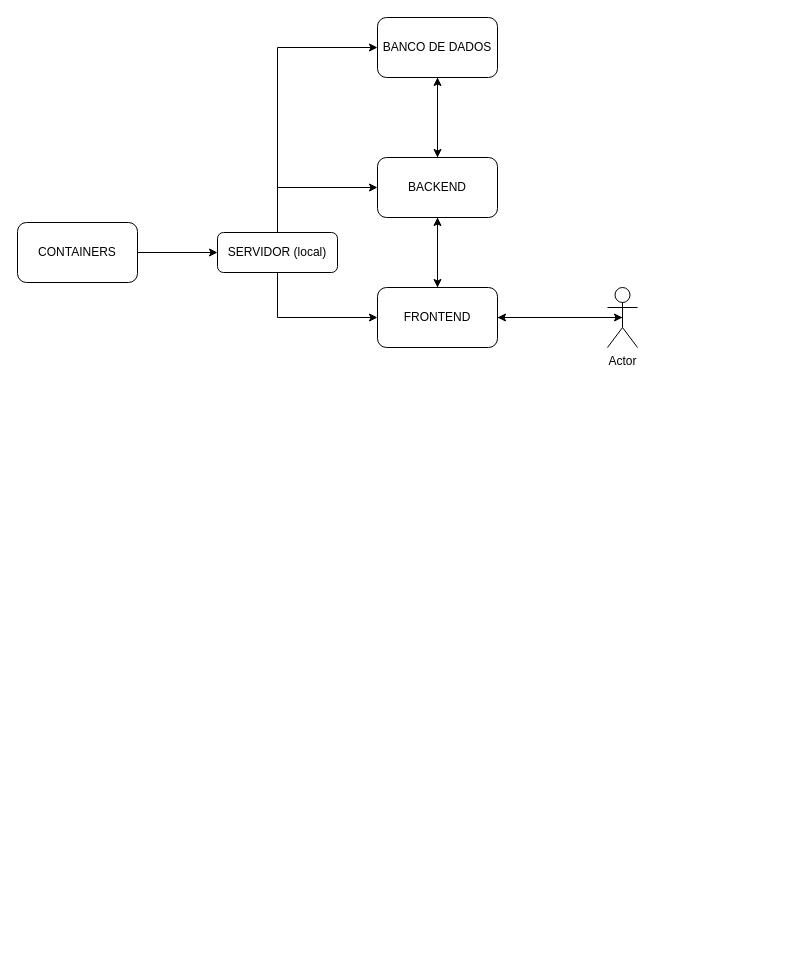
The draw.io diagram Arquitetura.drawio in Ian-Almeida/AtividadeD5-GRUPO-6, before the edit. Source tidied: cells renumbered, new cells numbered last; positions are measured from the earlier drawing's top-left corner, leaving out a move shared by most shapes. Both pictures are drawn from the tidied source at 100%, with x=0, y=0 at pixel (17, 17).
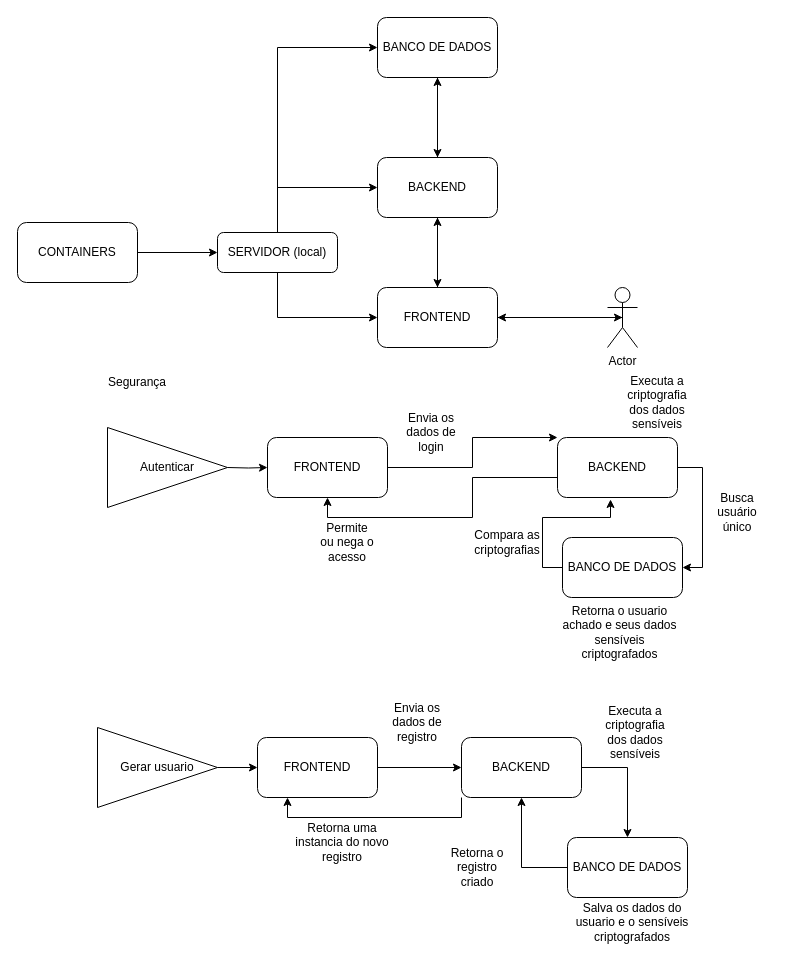
After the change.

What changed in the source:
```diff
@@
+    <mxCell id="18" value="Segurança" style="text;html=1;strokeColor=none;fillColor=none;align=center;verticalAlign=middle;whiteSpace=wrap;rounded=0;" parent="1" vertex="1">
+      <mxGeometry x="70" y="340" width="100" height="50" as="geometry" />
+    </mxCell>
+    <mxCell id="19" style="edgeStyle=orthogonalEdgeStyle;rounded=0;jettySize=auto;html=1;exitX=1;exitY=0.5;exitDx=0;exitDy=0;entryX=0;entryY=0.5;entryDx=0;entryDy=0;" parent="1" edge="1" target="25">
+      <mxGeometry relative="1" as="geometry">
+        <mxPoint x="210" y="450" as="sourcePoint" />
+      </mxGeometry>
+    </mxCell>
+    <mxCell id="20" value="Autenticar" style="triangle;whiteSpace=wrap;html=1;" parent="1" vertex="1">
+      <mxGeometry x="90" y="410" width="120" height="80" as="geometry" />
+    </mxCell>
+    <mxCell id="21" style="edgeStyle=orthogonalEdgeStyle;rounded=0;jettySize=auto;html=1;exitX=1;exitY=0.5;exitDx=0;exitDy=0;entryX=1;entryY=0.5;entryDx=0;entryDy=0;" parent="1" edge="1" source="23" target="28">
+      <mxGeometry relative="1" as="geometry" />
+    </mxCell>
+    <mxCell id="22" style="edgeStyle=orthogonalEdgeStyle;rounded=0;jettySize=auto;html=1;exitX=0;exitY=0.5;exitDx=0;exitDy=0;entryX=0.5;entryY=1;entryDx=0;entryDy=0;" parent="1" edge="1" source="23" target="25">
+      <mxGeometry relative="1" as="geometry">
+        <Array as="points">
+          <mxPoint x="540" y="460" />
+          <mxPoint x="455" y="460" />
+          <mxPoint x="455" y="500" />
+          <mxPoint x="310" y="500" />
+        </Array>
+      </mxGeometry>
+    </mxCell>
+    <mxCell id="23" value="BACKEND" style="rounded=1;whiteSpace=wrap;html=1;" parent="1" vertex="1">
+      <mxGeometry x="540" y="420" width="120" height="60" as="geometry" />
+    </mxCell>
+    <mxCell id="24" style="edgeStyle=orthogonalEdgeStyle;rounded=0;jettySize=auto;html=1;exitX=1;exitY=0.5;exitDx=0;exitDy=0;entryX=0;entryY=0;entryDx=0;entryDy=0;" parent="1" edge="1" source="25" target="23">
+      <mxGeometry relative="1" as="geometry">
+        <Array as="points">
+          <mxPoint x="455" y="450" />
+          <mxPoint x="455" y="420" />
+        </Array>
+      </mxGeometry>
+    </mxCell>
+    <mxCell id="25" value="FRONTEND" style="rounded=1;whiteSpace=wrap;html=1;" parent="1" vertex="1">
+      <mxGeometry x="250" y="420" width="120" height="60" as="geometry" />
+    </mxCell>
+    <mxCell id="26" value="Envia os dados de login" style="text;html=1;strokeColor=none;fillColor=none;align=center;verticalAlign=middle;whiteSpace=wrap;rounded=0;" parent="1" vertex="1">
+      <mxGeometry x="384" y="400" width="60" height="30" as="geometry" />
+    </mxCell>
+    <mxCell id="27" style="edgeStyle=orthogonalEdgeStyle;rounded=0;jettySize=auto;html=1;exitX=0;exitY=0.5;exitDx=0;exitDy=0;entryX=0.442;entryY=1.033;entryDx=0;entryDy=0;entryPerimeter=0;" parent="1" edge="1" source="28" target="23">
+      <mxGeometry relative="1" as="geometry" />
+    </mxCell>
+    <mxCell id="28" value="BANCO DE DADOS" style="rounded=1;whiteSpace=wrap;html=1;" parent="1" vertex="1">
+      <mxGeometry x="545" y="520" width="120" height="60" as="geometry" />
+    </mxCell>
+    <mxCell id="29" value="Busca usuário único" style="text;html=1;strokeColor=none;fillColor=none;align=center;verticalAlign=middle;whiteSpace=wrap;rounded=0;" parent="1" vertex="1">
+      <mxGeometry x="690" y="480" width="60" height="30" as="geometry" />
+    </mxCell>
+    <mxCell id="30" value="Retorna o usuario achado e seus dados sensíveis criptografados" style="text;html=1;strokeColor=none;fillColor=none;align=center;verticalAlign=middle;whiteSpace=wrap;rounded=0;" parent="1" vertex="1">
+      <mxGeometry x="540" y="600" width="125" height="30" as="geometry" />
+    </mxCell>
+    <mxCell id="31" style="edgeStyle=orthogonalEdgeStyle;rounded=0;orthogonalLoop=1;jettySize=auto;html=1;exitX=0.5;exitY=1;exitDx=0;exitDy=0;" parent="1" edge="1" source="30" target="30">
+      <mxGeometry relative="1" as="geometry" />
+    </mxCell>
+    <mxCell id="32" value="Compara as criptografias" style="text;html=1;strokeColor=none;fillColor=none;align=center;verticalAlign=middle;whiteSpace=wrap;rounded=0;" parent="1" vertex="1">
+      <mxGeometry x="460" y="510" width="60" height="30" as="geometry" />
+    </mxCell>
+    <mxCell id="33" value="Permite ou nega o acesso" style="text;html=1;strokeColor=none;fillColor=none;align=center;verticalAlign=middle;whiteSpace=wrap;rounded=0;" parent="1" vertex="1">
+      <mxGeometry x="300" y="510" width="60" height="30" as="geometry" />
+    </mxCell>
+    <mxCell id="34" style="edgeStyle=orthogonalEdgeStyle;rounded=0;jettySize=auto;html=1;exitX=1;exitY=0.5;exitDx=0;exitDy=0;entryX=0;entryY=0.5;entryDx=0;entryDy=0;" parent="1" edge="1" source="35" target="37">
+      <mxGeometry relative="1" as="geometry" />
+    </mxCell>
+    <mxCell id="35" value="Gerar usuario" style="triangle;whiteSpace=wrap;html=1;" parent="1" vertex="1">
+      <mxGeometry x="80" y="710" width="120" height="80" as="geometry" />
+    </mxCell>
+    <mxCell id="36" style="edgeStyle=orthogonalEdgeStyle;rounded=0;jettySize=auto;html=1;exitX=1;exitY=0.5;exitDx=0;exitDy=0;entryX=0;entryY=0.5;entryDx=0;entryDy=0;" parent="1" edge="1" source="37" target="40">
+      <mxGeometry relative="1" as="geometry" />
+    </mxCell>
+    <mxCell id="37" value="FRONTEND" style="rounded=1;whiteSpace=wrap;html=1;" parent="1" vertex="1">
+      <mxGeometry x="240" y="720" width="120" height="60" as="geometry" />
+    </mxCell>
+    <mxCell id="38" style="edgeStyle=orthogonalEdgeStyle;rounded=0;jettySize=auto;html=1;exitX=1;exitY=0.5;exitDx=0;exitDy=0;entryX=0.5;entryY=0;entryDx=0;entryDy=0;" parent="1" edge="1" source="40" target="43">
+      <mxGeometry relative="1" as="geometry" />
+    </mxCell>
+    <mxCell id="39" style="edgeStyle=orthogonalEdgeStyle;rounded=0;jettySize=auto;html=1;exitX=0;exitY=1;exitDx=0;exitDy=0;entryX=0.25;entryY=1;entryDx=0;entryDy=0;" parent="1" edge="1" source="40" target="37">
+      <mxGeometry relative="1" as="geometry" />
+    </mxCell>
+    <mxCell id="40" value="BACKEND" style="rounded=1;whiteSpace=wrap;html=1;" parent="1" vertex="1">
+      <mxGeometry x="444" y="720" width="120" height="60" as="geometry" />
+    </mxCell>
+    <mxCell id="41" value="Envia os dados de registro" style="text;html=1;strokeColor=none;fillColor=none;align=center;verticalAlign=middle;whiteSpace=wrap;rounded=0;" parent="1" vertex="1">
+      <mxGeometry x="370" y="690" width="60" height="30" as="geometry" />
+    </mxCell>
+    <mxCell id="42" style="edgeStyle=orthogonalEdgeStyle;rounded=0;jettySize=auto;html=1;exitX=0;exitY=0.5;exitDx=0;exitDy=0;entryX=0.5;entryY=1;entryDx=0;entryDy=0;" parent="1" edge="1" source="43" target="40">
+      <mxGeometry relative="1" as="geometry" />
+    </mxCell>
+    <mxCell id="43" value="BANCO DE DADOS" style="rounded=1;whiteSpace=wrap;html=1;" parent="1" vertex="1">
+      <mxGeometry x="550" y="820" width="120" height="60" as="geometry" />
+    </mxCell>
+    <mxCell id="44" value="Executa a criptografia dos dados sensíveis" style="text;html=1;strokeColor=none;fillColor=none;align=center;verticalAlign=middle;whiteSpace=wrap;rounded=0;" parent="1" vertex="1">
+      <mxGeometry x="587.5" y="700" width="60" height="30" as="geometry" />
+    </mxCell>
+    <mxCell id="45" value="Executa a criptografia dos dados sensíveis" style="text;html=1;strokeColor=none;fillColor=none;align=center;verticalAlign=middle;whiteSpace=wrap;rounded=0;" parent="1" vertex="1">
+      <mxGeometry x="610" y="370" width="60" height="30" as="geometry" />
+    </mxCell>
+    <mxCell id="46" value="Salva os dados do usuario e o sensíveis criptografados" style="text;html=1;strokeColor=none;fillColor=none;align=center;verticalAlign=middle;whiteSpace=wrap;rounded=0;" parent="1" vertex="1">
+      <mxGeometry x="545" y="890" width="140" height="30" as="geometry" />
+    </mxCell>
+    <mxCell id="47" value="Retorna o registro criado" style="text;html=1;strokeColor=none;fillColor=none;align=center;verticalAlign=middle;whiteSpace=wrap;rounded=0;" parent="1" vertex="1">
+      <mxGeometry x="430" y="835" width="60" height="30" as="geometry" />
+    </mxCell>
+    <mxCell id="48" value="Retorna uma instancia do novo registro" style="text;html=1;strokeColor=none;fillColor=none;align=center;verticalAlign=middle;whiteSpace=wrap;rounded=0;" parent="1" vertex="1">
+      <mxGeometry x="270" y="810" width="110" height="30" as="geometry" />
+    </mxCell>
```
